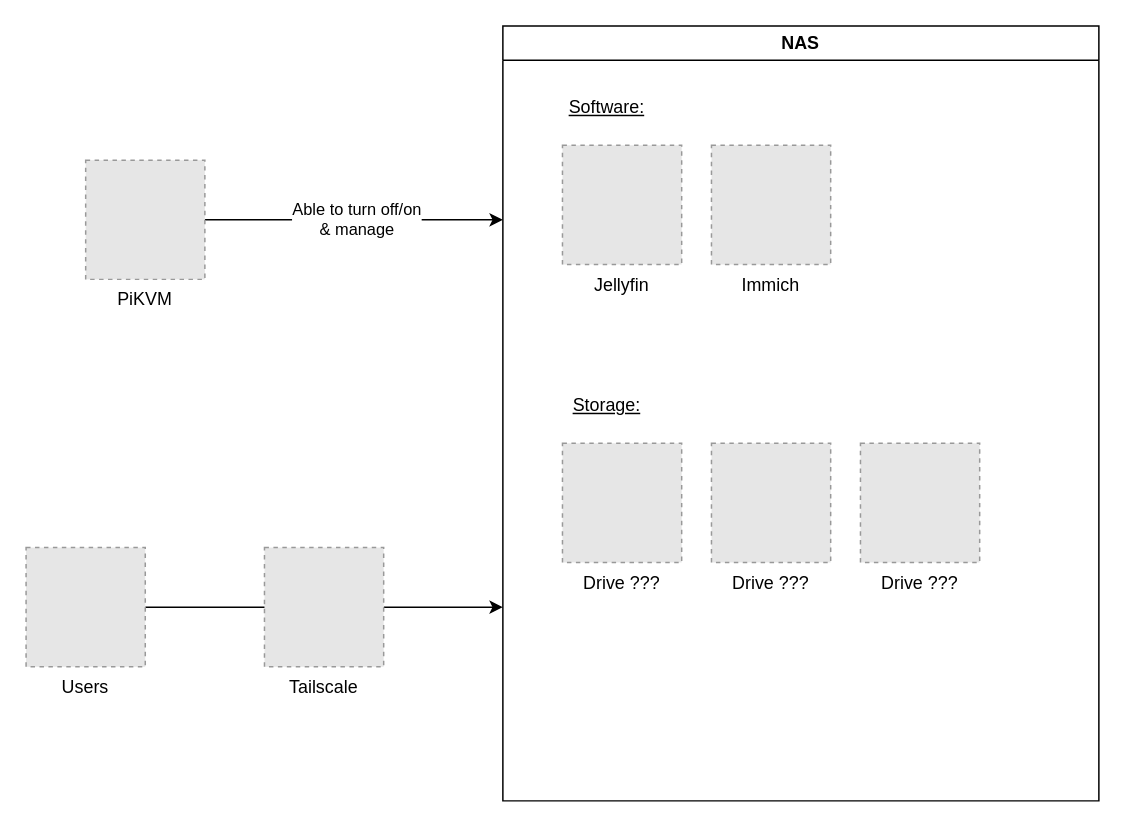
Above: arch/homelab.drawio in schang1146/homelab (draw.io), before the change. Source tidied: cells renumbered, new cells numbered last; positions are measured from the earlier drawing's top-left corner, leaving out a move shared by most shapes. Both pictures are drawn from the tidied source at 149%, with x=0, y=0 at pixel (25, 25). Pictures stored in the file or linked from it are replaced by grey dashed boxes.
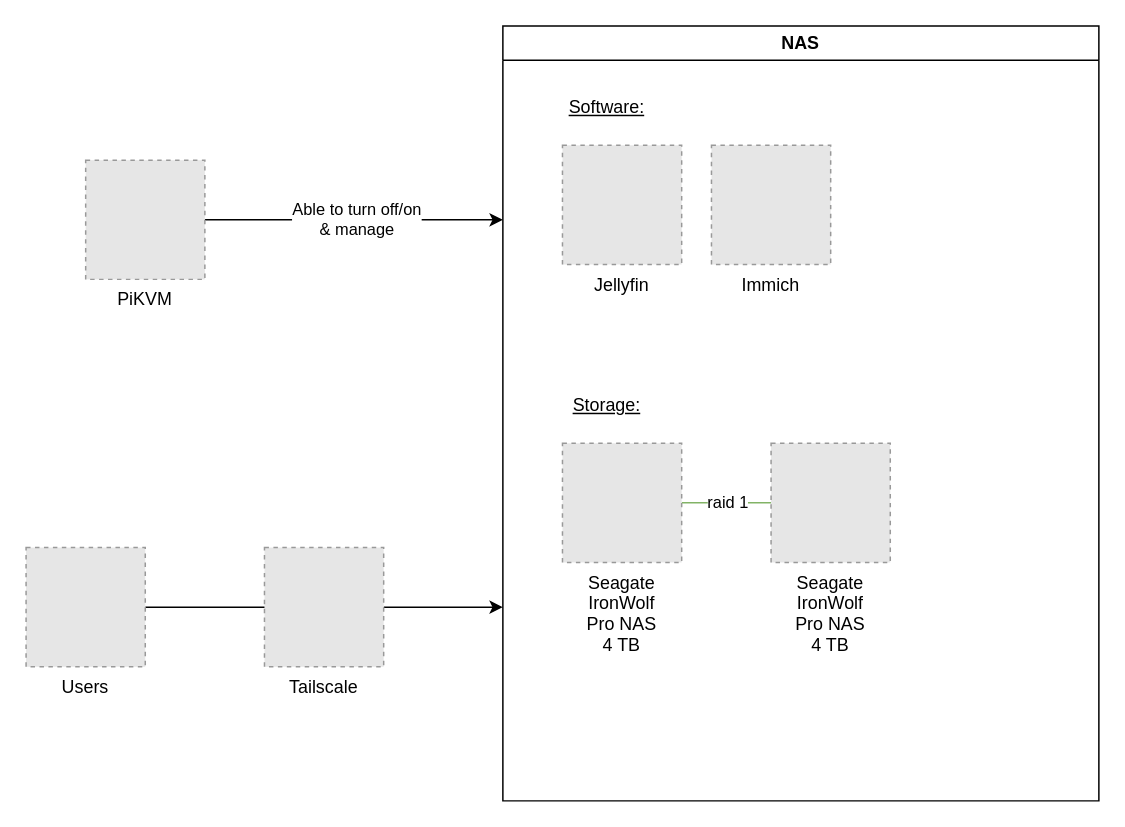
The same page after the edit.

Unchanged cells that the change refers to:
```xml
<mxCell id="5" value="NAS" style="swimlane;whiteSpace=wrap;html=1;" parent="1" vertex="1">
  <mxGeometry x="320" width="400" height="520" as="geometry" />
</mxCell>
```

What changed in the source:
```diff
@@
+    <mxCell id="17" style="edgeStyle=orthogonalEdgeStyle;rounded=0;orthogonalLoop=1;jettySize=auto;html=1;entryX=0;entryY=0.5;entryDx=0;entryDy=0;endArrow=none;endFill=0;fillColor=#d5e8d4;strokeColor=#82b366;" parent="5" edge="1">
+      <mxGeometry relative="1" as="geometry">
+        <mxPoint x="120" y="319.9" as="sourcePoint" />
+        <mxPoint x="180" y="319.9" as="targetPoint" />
+      </mxGeometry>
+    </mxCell>
+    <mxCell id="18" value="raid 1" style="edgeLabel;html=1;align=center;verticalAlign=middle;fontColor=#000000;" parent="17" vertex="1">
+      <mxGeometry x="0.21" y="1" relative="1" as="geometry">
+        <mxPoint x="-6" y="1" as="offset" />
+      </mxGeometry>
+    </mxCell>
-    <mxCell id="8" value="Drive ???" style="fillColor=#E6E6E6;strokeColor=#999999;dashed=1;verticalLabelPosition=bottom;labelBackgroundColor=default;verticalAlign=top;fontFamily=Fira Code;" parent="5" vertex="1">
+    <mxCell id="8" value="Seagate&#10;IronWolf&#10;Pro NAS&#10;4 TB" style="fillColor=#E6E6E6;strokeColor=#999999;dashed=1;verticalLabelPosition=bottom;labelBackgroundColor=default;verticalAlign=top;fontFamily=Fira Code;" parent="5" vertex="1">
       <mxGeometry x="40" y="280" width="80" height="80" as="geometry" />
     </mxCell>
-    <mxCell id="9" value="Drive ???" style="fillColor=#E6E6E6;strokeColor=#999999;dashed=1;verticalLabelPosition=bottom;labelBackgroundColor=default;verticalAlign=top;fontFamily=Fira Code;" parent="5" vertex="1">
-      <mxGeometry x="140" y="280" width="80" height="80" as="geometry" />
+    <mxCell id="9" value="Seagate&#10;IronWolf&#10;Pro NAS&#10;4 TB" style="fillColor=#E6E6E6;strokeColor=#999999;dashed=1;verticalLabelPosition=bottom;labelBackgroundColor=default;verticalAlign=top;fontFamily=Fira Code;" parent="5" vertex="1">
+      <mxGeometry x="180" y="280" width="80" height="80" as="geometry" />
     </mxCell>
-    <mxCell id="10" value="Drive ???" style="fillColor=#E6E6E6;strokeColor=#999999;dashed=1;verticalLabelPosition=bottom;labelBackgroundColor=default;verticalAlign=top;fontFamily=Fira Code;" parent="5" vertex="1">
-      <mxGeometry x="240" y="280" width="80" height="80" as="geometry" />
-    </mxCell>
```
